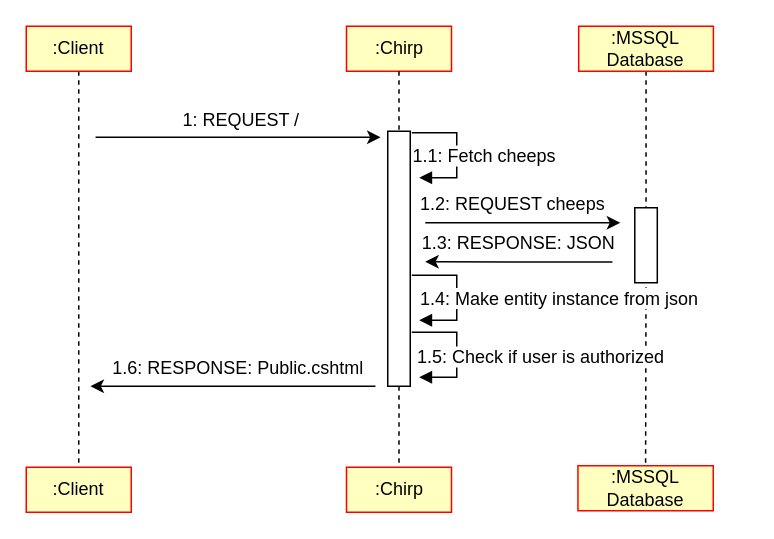
Above: docs/diagrams/SimpleSubsystemSequence.drawio in ITU-BDSA23-GROUP21/Chirp (draw.io), before the change. Source tidied: cells renumbered, new cells numbered last; positions are measured from the earlier drawing's top-left corner, leaving out a move shared by most shapes. Both pictures are drawn from the tidied source at 150%, with x=0, y=0 at pixel (26, 26).
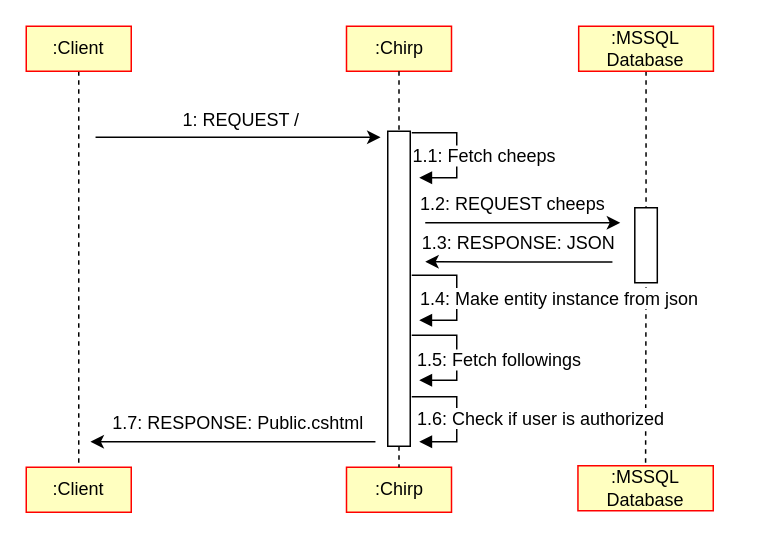
The same page after the edit.

Diff of the diagram source:
```diff
@@
-    <mxCell id="12" value="1.6: RESPONSE: Public.cshtml" style="text;html=1;align=center;verticalAlign=middle;strokeColor=none;fillColor=none;" parent="1" vertex="1">
-      <mxGeometry x="45.8" y="213" width="190" height="30" as="geometry" />
+    <mxCell id="12" value="1.7: RESPONSE: Public.cshtml" style="text;html=1;align=center;verticalAlign=middle;strokeColor=none;fillColor=none;" parent="1" vertex="1">
+      <mxGeometry x="45.8" y="250" width="190" height="30" as="geometry" />
     </mxCell>
     <mxCell id="13" style="endArrow=classic;html=1;rounded=0;" parent="1" edge="1">
       <mxGeometry relative="1" as="geometry">
-        <mxPoint x="232.8" y="240" as="sourcePoint" />
-        <mxPoint x="42.8" y="240" as="targetPoint" />
+        <mxPoint x="232.8" y="277" as="sourcePoint" />
+        <mxPoint x="42.8" y="277" as="targetPoint" />
       </mxGeometry>
     </mxCell>
@@
     <mxCell id="21" style="rounded=0;whiteSpace=wrap;html=1;" parent="1" vertex="1">
-      <mxGeometry x="241" y="70" width="15" height="170" as="geometry" />
+      <mxGeometry x="241" y="70" width="15" height="210" as="geometry" />
     </mxCell>
@@
     <mxCell id="24" style="html=1;align=left;spacingLeft=2;endArrow=block;rounded=0;edgeStyle=orthogonalEdgeStyle;curved=0;rounded=0;" parent="1" edge="1">
       <mxGeometry relative="1" as="geometry">
-        <mxPoint x="257" y="204" as="sourcePoint" />
-        <mxPoint x="262" y="234" as="targetPoint" />
+        <mxPoint x="257" y="247" as="sourcePoint" />
+        <mxPoint x="262" y="277" as="targetPoint" />
         <Array as="points">
-          <mxPoint x="287" y="234" />
+          <mxPoint x="287" y="277" />
         </Array>
       </mxGeometry>
     </mxCell>
-    <mxCell id="25" value="&lt;span style=&quot;color: rgb(0, 0, 0); font-family: Helvetica; font-size: 12px; font-style: normal; font-variant-ligatures: normal; font-variant-caps: normal; font-weight: 400; letter-spacing: normal; orphans: 2; text-align: center; text-indent: 0px; text-transform: none; widows: 2; word-spacing: 0px; -webkit-text-stroke-width: 0px; background-color: rgb(255, 255, 255); text-decoration-thickness: initial; text-decoration-style: initial; text-decoration-color: initial; float: none; display: inline !important;&quot;&gt;1.5: Check if user is authorized&lt;/span&gt;" style="text;whiteSpace=wrap;html=1;" parent="1" vertex="1">
-      <mxGeometry x="259" y="207" width="220" height="40" as="geometry" />
+    <mxCell id="25" value="&lt;span style=&quot;color: rgb(0, 0, 0); font-family: Helvetica; font-size: 12px; font-style: normal; font-variant-ligatures: normal; font-variant-caps: normal; font-weight: 400; letter-spacing: normal; orphans: 2; text-align: center; text-indent: 0px; text-transform: none; widows: 2; word-spacing: 0px; -webkit-text-stroke-width: 0px; background-color: rgb(255, 255, 255); text-decoration-thickness: initial; text-decoration-style: initial; text-decoration-color: initial; float: none; display: inline !important;&quot;&gt;1.6: Check if user is authorized&lt;/span&gt;" style="text;whiteSpace=wrap;html=1;" parent="1" vertex="1">
+      <mxGeometry x="259" y="248" width="220" height="40" as="geometry" />
     </mxCell>
@@
+    <mxCell id="28" style="html=1;align=left;spacingLeft=2;endArrow=block;rounded=0;edgeStyle=orthogonalEdgeStyle;curved=0;rounded=0;" parent="1" edge="1">
+      <mxGeometry relative="1" as="geometry">
+        <mxPoint x="257" y="206" as="sourcePoint" />
+        <mxPoint x="262" y="236" as="targetPoint" />
+        <Array as="points">
+          <mxPoint x="287" y="236" />
+        </Array>
+      </mxGeometry>
+    </mxCell>
+    <mxCell id="29" value="&lt;span style=&quot;color: rgb(0, 0, 0); font-family: Helvetica; font-size: 12px; font-style: normal; font-variant-ligatures: normal; font-variant-caps: normal; font-weight: 400; letter-spacing: normal; orphans: 2; text-align: center; text-indent: 0px; text-transform: none; widows: 2; word-spacing: 0px; -webkit-text-stroke-width: 0px; background-color: rgb(255, 255, 255); text-decoration-thickness: initial; text-decoration-style: initial; text-decoration-color: initial; float: none; display: inline !important;&quot;&gt;1.5: Fetch followings&lt;/span&gt;" style="text;whiteSpace=wrap;html=1;" parent="1" vertex="1">
+      <mxGeometry x="259" y="209" width="220" height="40" as="geometry" />
+    </mxCell>
```
